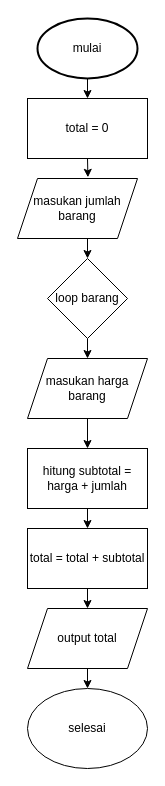
Earlier version of the draw.io diagram Untitled Diagram.drawio (glourri/glourri). Source tidied: cells renumbered, new cells numbered last; positions are measured from the earlier drawing's top-left corner, leaving out a move shared by most shapes. Both pictures are drawn from the tidied source at 100%, with x=0, y=0 at pixel (17, 18).
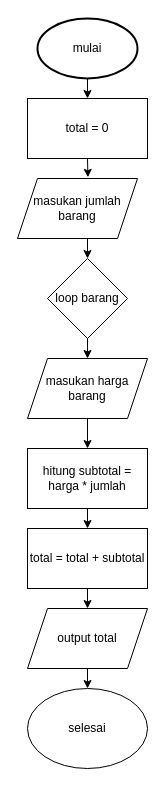
The same diagram, later.

What changed in the source:
```diff
@@
-    <mxCell id="14" value="hitung subtotal = harga + jumlah" style="rounded=0;whiteSpace=wrap;html=1;" parent="1" vertex="1">
+    <mxCell id="14" value="hitung subtotal = harga * jumlah" style="rounded=0;whiteSpace=wrap;html=1;" parent="1" vertex="1">
       <mxGeometry x="10" y="430" width="120" height="60" as="geometry" />
     </mxCell>
```
